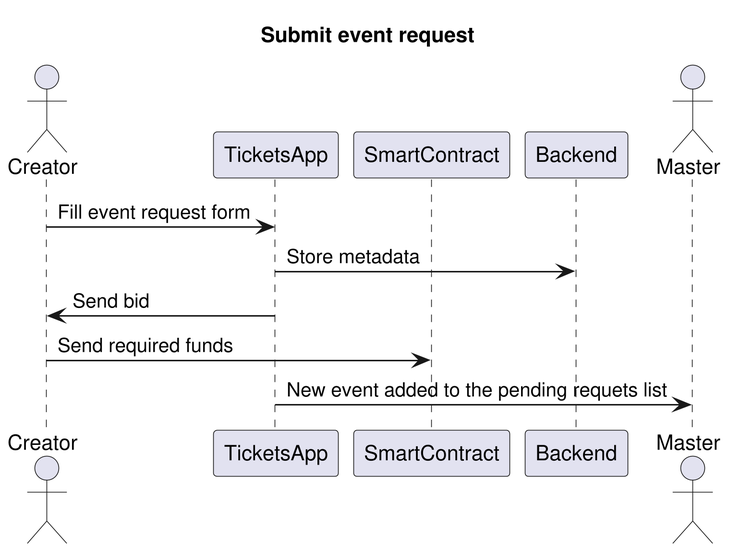
Above: img/submit-event-request.png in ai-shift/cyber-valley-tickets (PlantUML), before the change.
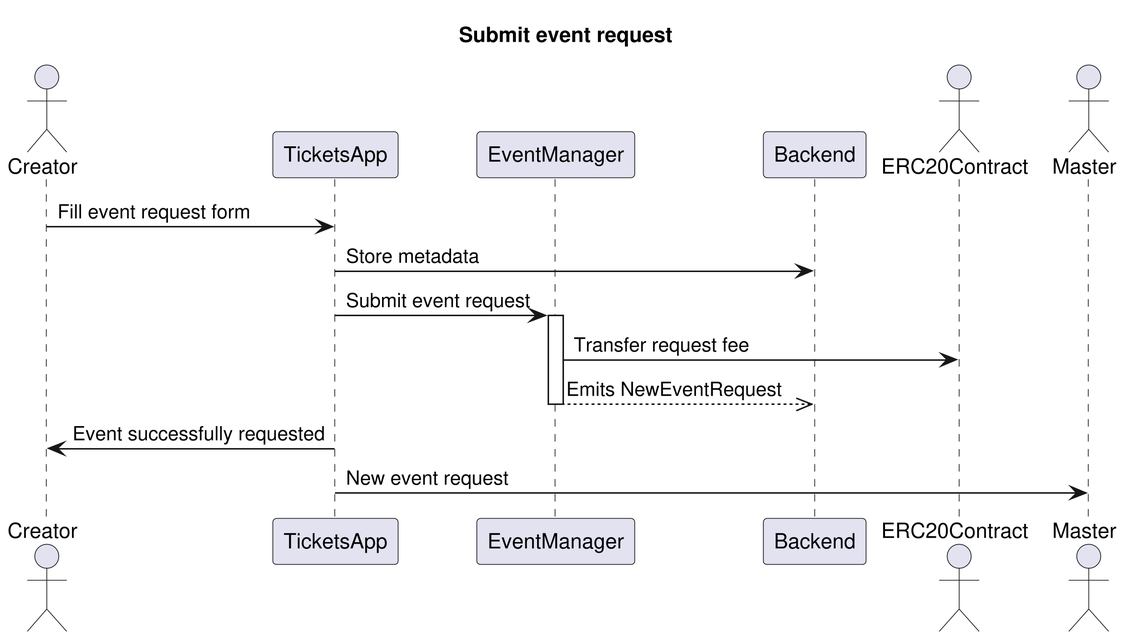
After the change.

What changed in the source:
```diff
@@ -4,13 +4,18 @@
 
 actor Creator
 participant TicketsApp
-participant SmartContract
+participant EventManager
 participant Backend
+actor ERC20Contract
 actor Master
 
 Creator -> TicketsApp: Fill event request form
 TicketsApp -> Backend: Store metadata
-TicketsApp -> Creator: Send bid
-Creator -> SmartContract: Send required funds
-TicketsApp -> Master: New event added to the pending requets list
+TicketsApp -> EventManager: Submit event request
+activate EventManager
+EventManager -> ERC20Contract: Transfer request fee
+EventManager -->> Backend: Emits NewEventRequest
+deactivate EventManager
+TicketsApp -> Creator: Event successfully requested
+TicketsApp -> Master: New event request
 @enduml
```
